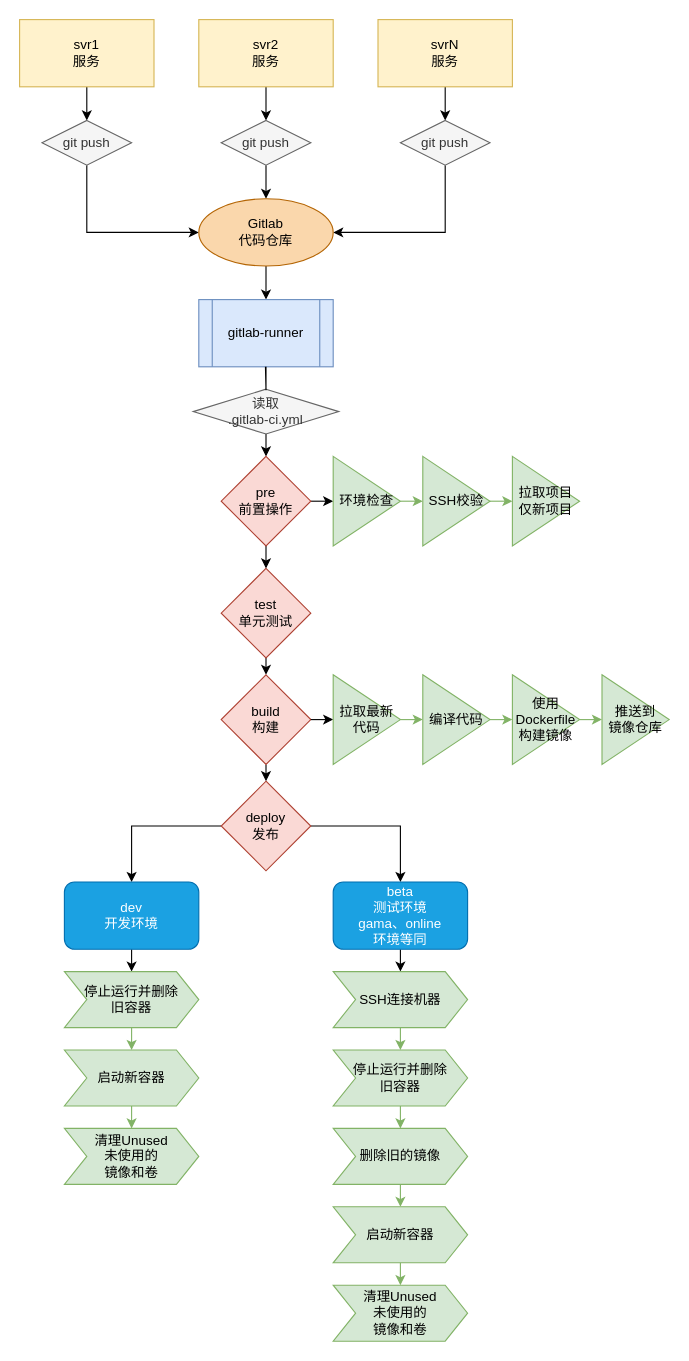
Above: backend.drawio in tedlz/draw.io (draw.io), before the change. Source tidied: cells renumbered, new cells numbered last; positions are measured from the earlier drawing's top-left corner, leaving out a move shared by most shapes. Both pictures are drawn from the tidied source at 112%, with x=0, y=0 at pixel (19, 19).
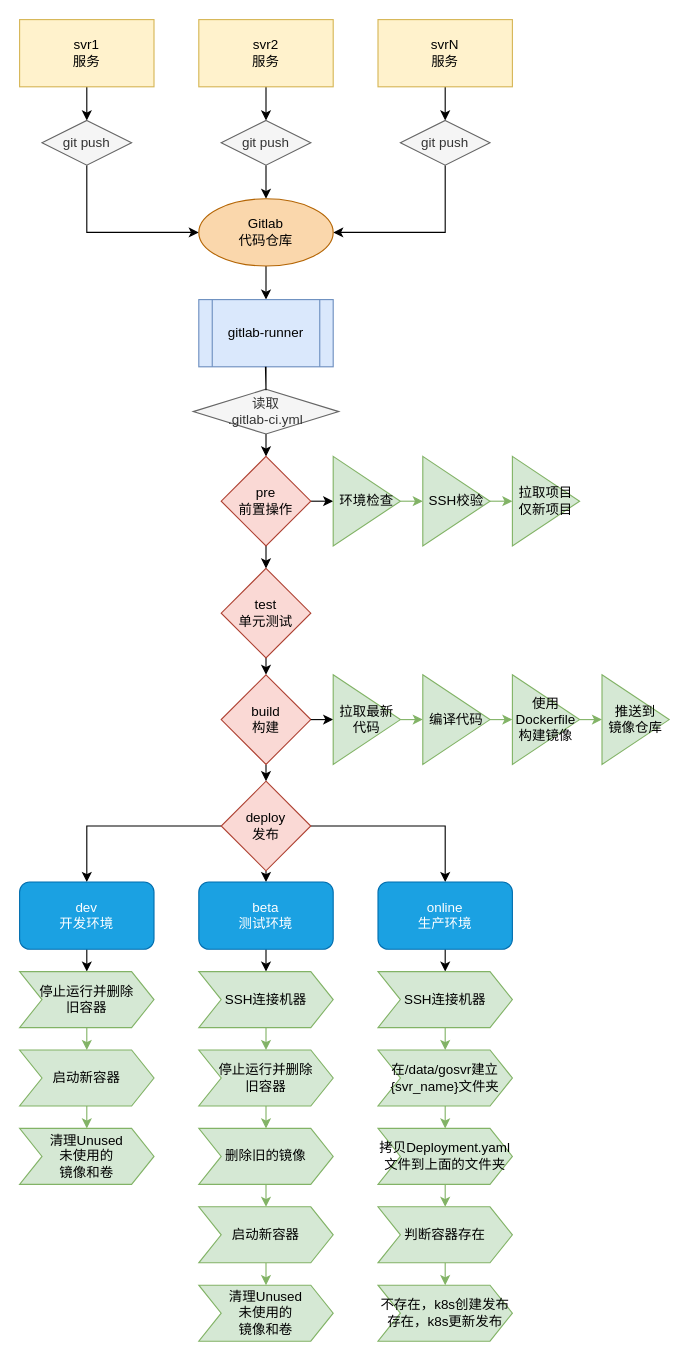
The same diagram, later.

Unchanged cells that the change refers to:
```xml
<mxCell id="25" value="deploy&lt;br&gt;发布" style="rhombus;whiteSpace=wrap;html=1;fillColor=#fad9d5;strokeColor=#ae4132;" parent="1" vertex="1">
  <mxGeometry x="180" y="680" width="80" height="80" as="geometry" />
</mxCell>
```

What changed in the source:
```diff
@@
-    <mxCell id="24" style="edgeStyle=orthogonalEdgeStyle;rounded=0;jettySize=auto;html=1;exitX=1;exitY=0.5;exitDx=0;exitDy=0;" parent="1" edge="1" source="25" target="46">
-      <mxGeometry relative="1" as="geometry" />
-    </mxCell>
+    <mxCell id="62" style="edgeStyle=orthogonalEdgeStyle;rounded=0;jettySize=auto;html=1;exitX=0.5;exitY=1;exitDx=0;exitDy=0;" parent="1" edge="1" source="25">
+      <mxGeometry relative="1" as="geometry">
+        <mxPoint x="220" y="770" as="targetPoint" />
+      </mxGeometry>
+    </mxCell>
+    <mxCell id="63" style="edgeStyle=orthogonalEdgeStyle;rounded=0;jettySize=auto;html=1;exitX=1;exitY=0.5;exitDx=0;exitDy=0;entryX=0.5;entryY=0;entryDx=0;entryDy=0;" parent="1" edge="1" source="25" target="65">
+      <mxGeometry relative="1" as="geometry" />
+    </mxCell>
@@
     <mxCell id="42" style="edgeStyle=orthogonalEdgeStyle;rounded=0;orthogonalLoop=1;jettySize=auto;html=1;exitX=0.5;exitY=1;exitDx=0;exitDy=0;fillColor=#d5e8d4;strokeColor=#82b366;" parent="1" edge="1">
       <mxGeometry relative="1" as="geometry">
-        <mxPoint x="100" y="970" as="sourcePoint" />
-        <mxPoint x="100" y="990" as="targetPoint" />
+        <mxPoint x="60" y="970" as="sourcePoint" />
+        <mxPoint x="60" y="990" as="targetPoint" />
       </mxGeometry>
     </mxCell>
@@
     <mxCell id="44" value="dev&lt;br&gt;开发环境" style="rounded=1;whiteSpace=wrap;html=1;fillColor=#1ba1e2;strokeColor=#006EAF;fontColor=#ffffff;" parent="1" vertex="1">
-      <mxGeometry x="40" y="770" width="120" height="60" as="geometry" />
+      <mxGeometry y="770" width="120" height="60" as="geometry" />
     </mxCell>
     <mxCell id="45" style="edgeStyle=orthogonalEdgeStyle;rounded=0;jettySize=auto;html=1;exitX=0.5;exitY=1;exitDx=0;exitDy=0;" parent="1" edge="1" source="46">
       <mxGeometry relative="1" as="geometry">
-        <mxPoint x="340" y="850" as="targetPoint" />
+        <mxPoint x="220" y="850" as="targetPoint" />
       </mxGeometry>
     </mxCell>
-    <mxCell id="46" value="beta&lt;br&gt;测试环境&lt;br&gt;gama、online&lt;br&gt;环境等同" style="rounded=1;whiteSpace=wrap;html=1;fillColor=#1ba1e2;strokeColor=#006EAF;fontColor=#ffffff;" parent="1" vertex="1">
-      <mxGeometry x="280" y="770" width="120" height="60" as="geometry" />
+    <mxCell id="46" value="beta&lt;br&gt;测试环境" style="rounded=1;whiteSpace=wrap;html=1;fillColor=#1ba1e2;strokeColor=#006EAF;fontColor=#ffffff;" parent="1" vertex="1">
+      <mxGeometry x="160" y="770" width="120" height="60" as="geometry" />
     </mxCell>
     <mxCell id="47" value="清理Unused&lt;br&gt;未使用的&lt;br&gt;镜像和卷" style="shape=step;perimeter=stepPerimeter;whiteSpace=wrap;html=1;fixedSize=1;fillColor=#d5e8d4;strokeColor=#82b366;" parent="1" vertex="1">
-      <mxGeometry x="40" y="990" width="120" height="50" as="geometry" />
+      <mxGeometry y="990" width="120" height="50" as="geometry" />
     </mxCell>
@@
     <mxCell id="49" value="停止运行并删除&lt;br&gt;旧容器" style="shape=step;perimeter=stepPerimeter;whiteSpace=wrap;html=1;fixedSize=1;fillColor=#d5e8d4;strokeColor=#82b366;" parent="1" vertex="1">
-      <mxGeometry x="40" y="850" width="120" height="50" as="geometry" />
+      <mxGeometry y="850" width="120" height="50" as="geometry" />
     </mxCell>
     <mxCell id="50" value="启动新容器" style="shape=step;perimeter=stepPerimeter;whiteSpace=wrap;html=1;fixedSize=1;fillColor=#d5e8d4;strokeColor=#82b366;" parent="1" vertex="1">
-      <mxGeometry x="40" y="920" width="120" height="50" as="geometry" />
+      <mxGeometry y="920" width="120" height="50" as="geometry" />
     </mxCell>
@@
     <mxCell id="52" value="SSH连接机器" style="shape=step;perimeter=stepPerimeter;whiteSpace=wrap;html=1;fixedSize=1;fillColor=#d5e8d4;strokeColor=#82b366;" parent="1" vertex="1">
-      <mxGeometry x="280" y="850" width="120" height="50" as="geometry" />
+      <mxGeometry x="160" y="850" width="120" height="50" as="geometry" />
     </mxCell>
     <mxCell id="53" style="edgeStyle=orthogonalEdgeStyle;rounded=0;orthogonalLoop=1;jettySize=auto;html=1;exitX=0.5;exitY=1;exitDx=0;exitDy=0;fillColor=#d5e8d4;strokeColor=#82b366;" parent="1" edge="1">
       <mxGeometry relative="1" as="geometry">
-        <mxPoint x="340" y="1110" as="sourcePoint" />
-        <mxPoint x="340" y="1130" as="targetPoint" />
+        <mxPoint x="220" y="1110" as="sourcePoint" />
+        <mxPoint x="220" y="1130" as="targetPoint" />
       </mxGeometry>
     </mxCell>
     <mxCell id="54" value="清理Unused&lt;br&gt;未使用的&lt;br&gt;镜像和卷" style="shape=step;perimeter=stepPerimeter;whiteSpace=wrap;html=1;fixedSize=1;fillColor=#d5e8d4;strokeColor=#82b366;" parent="1" vertex="1">
-      <mxGeometry x="280" y="1130" width="120" height="50" as="geometry" />
+      <mxGeometry x="160" y="1130" width="120" height="50" as="geometry" />
     </mxCell>
@@
     <mxCell id="56" value="停止运行并删除&lt;br&gt;旧容器" style="shape=step;perimeter=stepPerimeter;whiteSpace=wrap;html=1;fixedSize=1;fillColor=#d5e8d4;strokeColor=#82b366;" parent="1" vertex="1">
-      <mxGeometry x="280" y="920" width="120" height="50" as="geometry" />
+      <mxGeometry x="160" y="920" width="120" height="50" as="geometry" />
     </mxCell>
@@
     <mxCell id="58" value="删除旧的镜像" style="shape=step;perimeter=stepPerimeter;whiteSpace=wrap;html=1;fixedSize=1;fillColor=#d5e8d4;strokeColor=#82b366;" parent="1" vertex="1">
-      <mxGeometry x="280" y="990" width="120" height="50" as="geometry" />
+      <mxGeometry x="160" y="990" width="120" height="50" as="geometry" />
     </mxCell>
     <mxCell id="59" value="启动新容器" style="shape=step;perimeter=stepPerimeter;whiteSpace=wrap;html=1;fixedSize=1;fillColor=#d5e8d4;strokeColor=#82b366;" parent="1" vertex="1">
-      <mxGeometry x="280" y="1060" width="120" height="50" as="geometry" />
+      <mxGeometry x="160" y="1060" width="120" height="50" as="geometry" />
     </mxCell>
@@
+    <mxCell id="64" style="edgeStyle=orthogonalEdgeStyle;rounded=0;jettySize=auto;html=1;exitX=0.5;exitY=1;exitDx=0;exitDy=0;" parent="1" edge="1" source="65">
+      <mxGeometry relative="1" as="geometry">
+        <mxPoint x="380" y="850" as="targetPoint" />
+      </mxGeometry>
+    </mxCell>
+    <mxCell id="65" value="online&lt;br&gt;生产环境" style="rounded=1;whiteSpace=wrap;html=1;fillColor=#1ba1e2;strokeColor=#006EAF;fontColor=#ffffff;" parent="1" vertex="1">
+      <mxGeometry x="320" y="770" width="120" height="60" as="geometry" />
+    </mxCell>
+    <mxCell id="66" style="edgeStyle=orthogonalEdgeStyle;rounded=0;jettySize=auto;html=1;exitX=0.5;exitY=1;exitDx=0;exitDy=0;entryX=0.5;entryY=0;entryDx=0;entryDy=0;fillColor=#d5e8d4;strokeColor=#82b366;" parent="1" edge="1" source="67" target="71">
+      <mxGeometry relative="1" as="geometry" />
+    </mxCell>
+    <mxCell id="67" value="SSH连接机器" style="shape=step;perimeter=stepPerimeter;whiteSpace=wrap;html=1;fixedSize=1;fillColor=#d5e8d4;strokeColor=#82b366;" parent="1" vertex="1">
+      <mxGeometry x="320" y="850" width="120" height="50" as="geometry" />
+    </mxCell>
+    <mxCell id="68" style="edgeStyle=orthogonalEdgeStyle;rounded=0;orthogonalLoop=1;jettySize=auto;html=1;exitX=0.5;exitY=1;exitDx=0;exitDy=0;fillColor=#d5e8d4;strokeColor=#82b366;" parent="1" edge="1">
+      <mxGeometry relative="1" as="geometry">
+        <mxPoint x="380" y="1110" as="sourcePoint" />
+        <mxPoint x="380" y="1130" as="targetPoint" />
+      </mxGeometry>
+    </mxCell>
+    <mxCell id="69" value="不存在，k8s创建发布&lt;br&gt;存在，k8s更新发布" style="shape=step;perimeter=stepPerimeter;whiteSpace=wrap;html=1;fixedSize=1;fillColor=#d5e8d4;strokeColor=#82b366;" parent="1" vertex="1">
+      <mxGeometry x="320" y="1130" width="120" height="50" as="geometry" />
+    </mxCell>
+    <mxCell id="70" style="edgeStyle=orthogonalEdgeStyle;rounded=0;jettySize=auto;html=1;exitX=0.5;exitY=1;exitDx=0;exitDy=0;entryX=0.5;entryY=0;entryDx=0;entryDy=0;fillColor=#d5e8d4;strokeColor=#82b366;" parent="1" edge="1" source="71" target="73">
+      <mxGeometry relative="1" as="geometry" />
+    </mxCell>
+    <mxCell id="71" value="在/data/gosvr建立&lt;br&gt;{svr_name}文件夹" style="shape=step;perimeter=stepPerimeter;whiteSpace=wrap;html=1;fixedSize=1;fillColor=#d5e8d4;strokeColor=#82b366;" parent="1" vertex="1">
+      <mxGeometry x="320" y="920" width="120" height="50" as="geometry" />
+    </mxCell>
+    <mxCell id="72" style="edgeStyle=orthogonalEdgeStyle;rounded=0;jettySize=auto;html=1;exitX=0.5;exitY=1;exitDx=0;exitDy=0;entryX=0.5;entryY=0;entryDx=0;entryDy=0;fillColor=#d5e8d4;strokeColor=#82b366;" parent="1" edge="1" source="73" target="74">
+      <mxGeometry relative="1" as="geometry" />
+    </mxCell>
+    <mxCell id="73" value="拷贝Deployment.yaml&lt;br&gt;文件到上面的文件夹" style="shape=step;perimeter=stepPerimeter;whiteSpace=wrap;html=1;fixedSize=1;fillColor=#d5e8d4;strokeColor=#82b366;" parent="1" vertex="1">
+      <mxGeometry x="320" y="990" width="120" height="50" as="geometry" />
+    </mxCell>
+    <mxCell id="74" value="判断容器存在" style="shape=step;perimeter=stepPerimeter;whiteSpace=wrap;html=1;fixedSize=1;fillColor=#d5e8d4;strokeColor=#82b366;" parent="1" vertex="1">
+      <mxGeometry x="320" y="1060" width="120" height="50" as="geometry" />
+    </mxCell>
```
